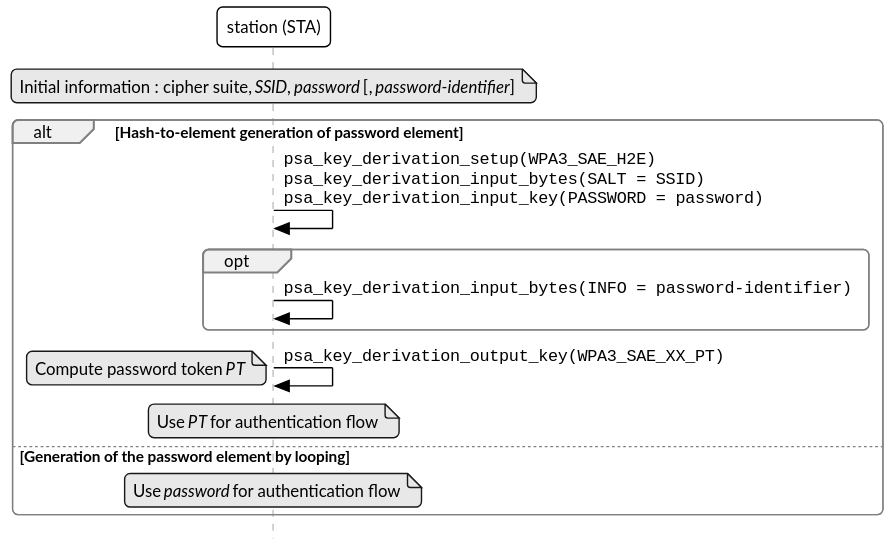
This is doc/crypto/figure/pake/wpa3-sae-pt.svg from ARM-software/psa-api, a PlantUML export, as it was before one commit. Its source is kept beside it as doc/crypto/figure/pake/wpa3-sae-pt.puml.
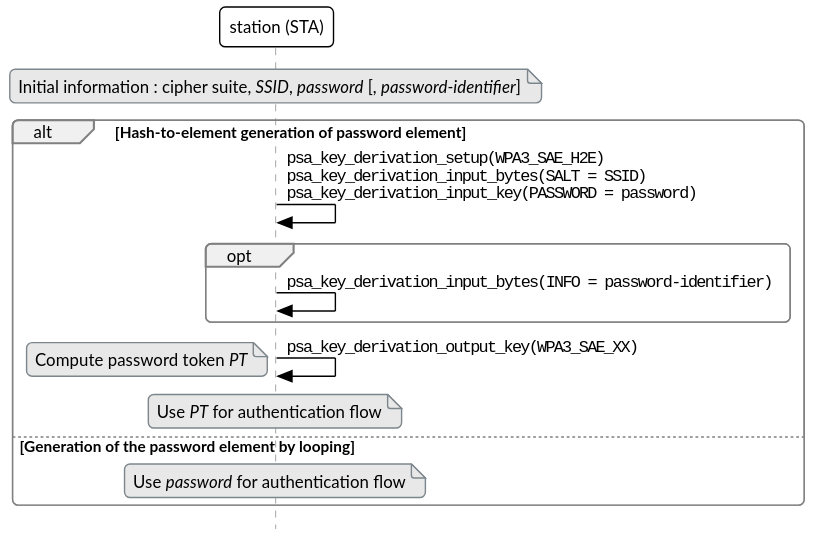
Later version of the same file.

Change to the diagram source:
```diff
@@ -13,7 +13,7 @@
             Participant -> Participant: ""psa_key_derivation_input_bytes(INFO = password-identifier)""
         end
 
-        Participant -> Participant: ""psa_key_derivation_output_key(WPA3_SAE_XX_PT)""
+        Participant -> Participant: ""psa_key_derivation_output_key(WPA3_SAE_XX)""
 
         note left: Compute password token //PT//
 
```
